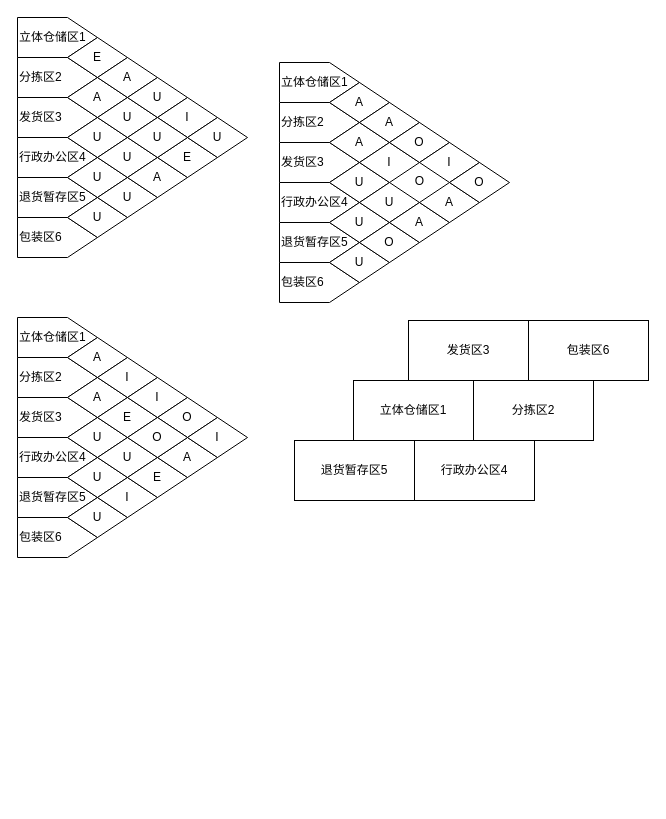
The draw.io diagram 未命名绘图.drawio in 1244xx/SCU_Database, before the edit. Source tidied: cells renumbered, new cells numbered last; positions are measured from the earlier drawing's top-left corner, leaving out a move shared by most shapes. Both pictures are drawn from the tidied source at 100%, with x=0, y=0 at pixel (17, 17).
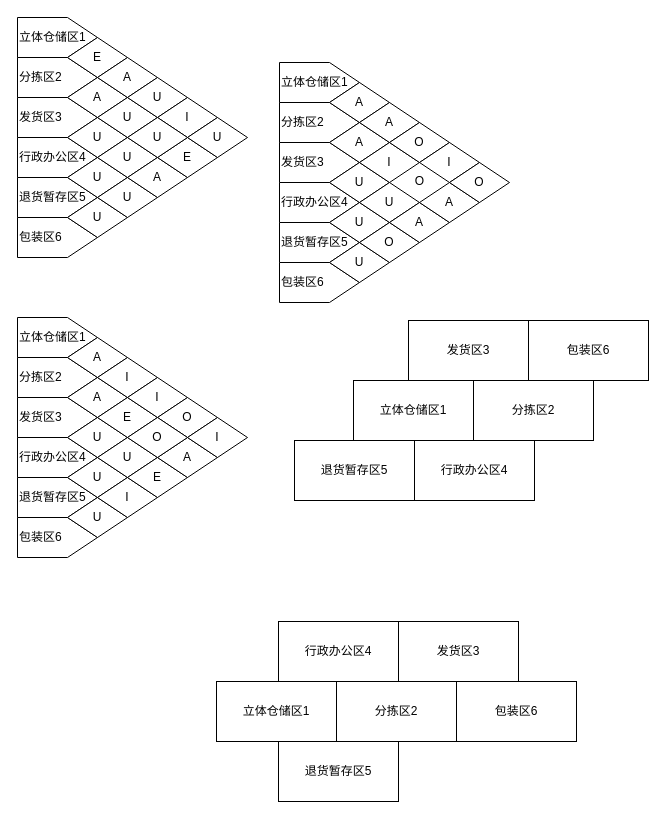
The same page after the edit.

Commit message:
更新未命名绘图.drawio

The edit, as a diff of the source:
```diff
@@
+    <mxCell id="71" value="立体仓储区1" style="rounded=0;whiteSpace=wrap;html=1;" parent="1" vertex="1">
+      <mxGeometry x="199" y="664" width="120" height="60" as="geometry" />
+    </mxCell>
+    <mxCell id="72" value="分拣区2" style="rounded=0;whiteSpace=wrap;html=1;" parent="1" vertex="1">
+      <mxGeometry x="319" y="664" width="120" height="60" as="geometry" />
+    </mxCell>
+    <mxCell id="73" value="发货区3" style="rounded=0;whiteSpace=wrap;html=1;" parent="1" vertex="1">
+      <mxGeometry x="381" y="604" width="120" height="60" as="geometry" />
+    </mxCell>
+    <mxCell id="74" value="包装区6" style="rounded=0;whiteSpace=wrap;html=1;" parent="1" vertex="1">
+      <mxGeometry x="439" y="664" width="120" height="60" as="geometry" />
+    </mxCell>
+    <mxCell id="75" value="行政办公区4" style="rounded=0;whiteSpace=wrap;html=1;" parent="1" vertex="1">
+      <mxGeometry x="261" y="604" width="120" height="60" as="geometry" />
+    </mxCell>
+    <mxCell id="76" value="退货暂存区5" style="rounded=0;whiteSpace=wrap;html=1;" parent="1" vertex="1">
+      <mxGeometry x="261" y="724" width="120" height="60" as="geometry" />
+    </mxCell>
```
